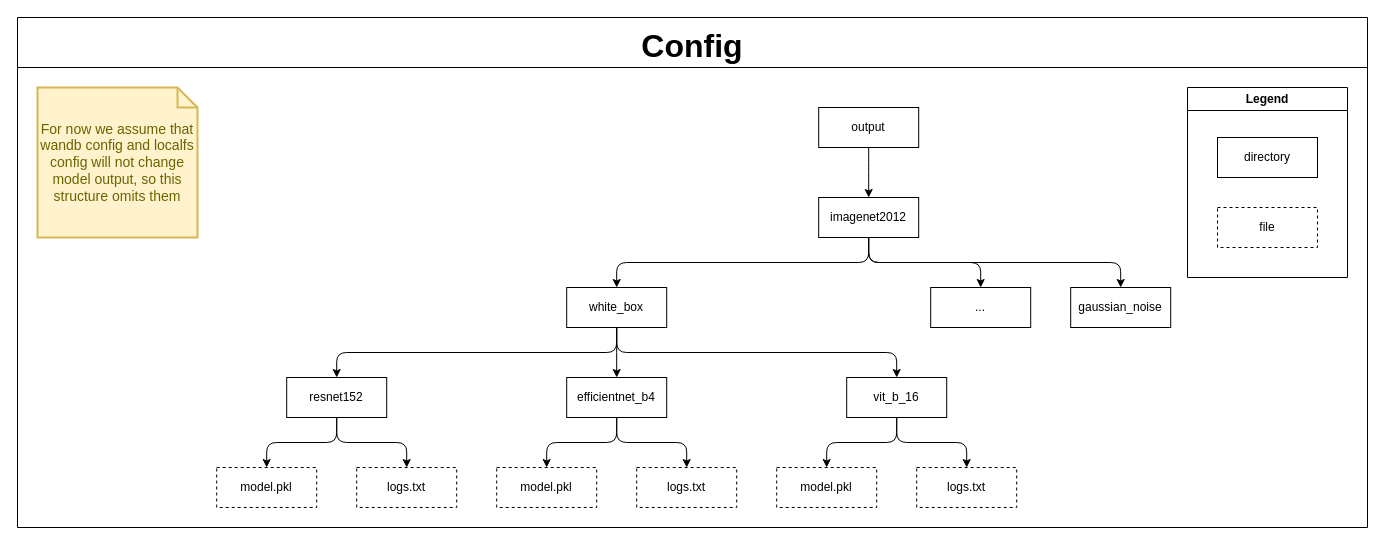
Above: page "Output" (2 of 3) of docs/architecture.drawio in piotrszczypior/backdoors (draw.io), before the change. Source tidied: cells renumbered, new cells numbered last; positions are measured from the earlier drawing's top-left corner, leaving out a move shared by most shapes. Both pictures are drawn from the tidied source at 100%, with x=0, y=0 at pixel (17, 17).
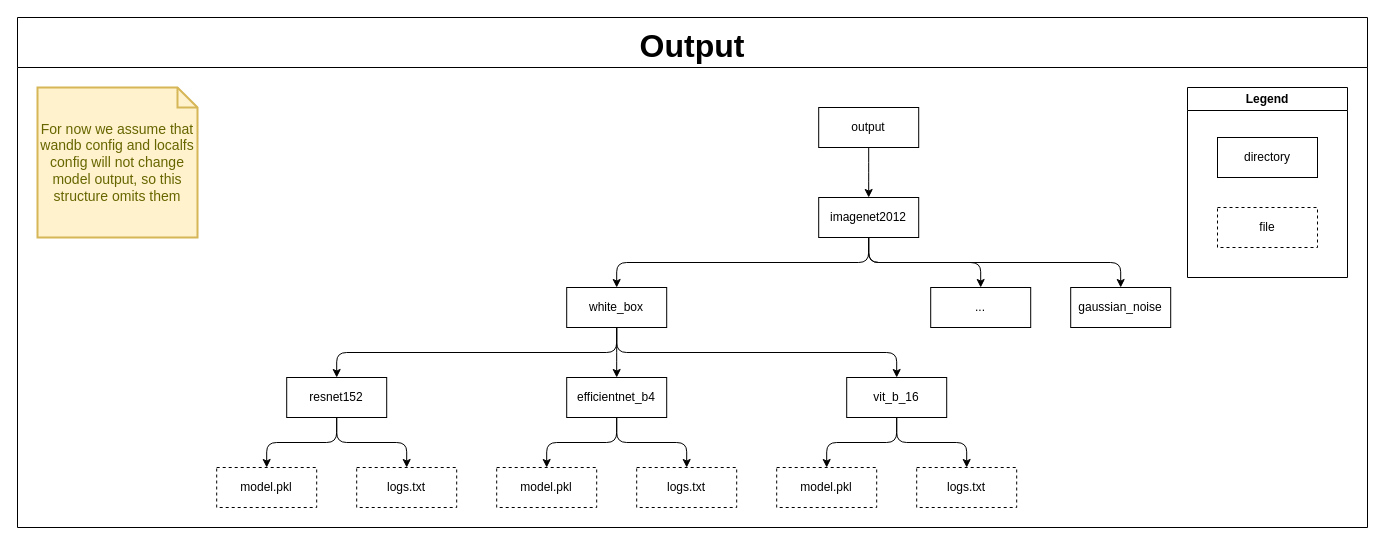
The same diagram, later.

Commit message:
Corrected architecture output title

Change to the diagram source:
```diff
@@
-    <mxCell id="2" value="Config" style="swimlane;startSize=50;horizontal=1;horizontalTree=0;sortEdges=1;containerType=tree;fontSize=32;rounded=0;perimeter=rectanglePerimeter;" parent="1" vertex="1">
+    <mxCell id="2" value="Output" style="swimlane;startSize=50;horizontal=1;horizontalTree=0;sortEdges=1;containerType=tree;fontSize=32;rounded=0;perimeter=rectanglePerimeter;" parent="1" vertex="1">
       <mxGeometry width="1350" height="510" as="geometry" />
     </mxCell>
```
